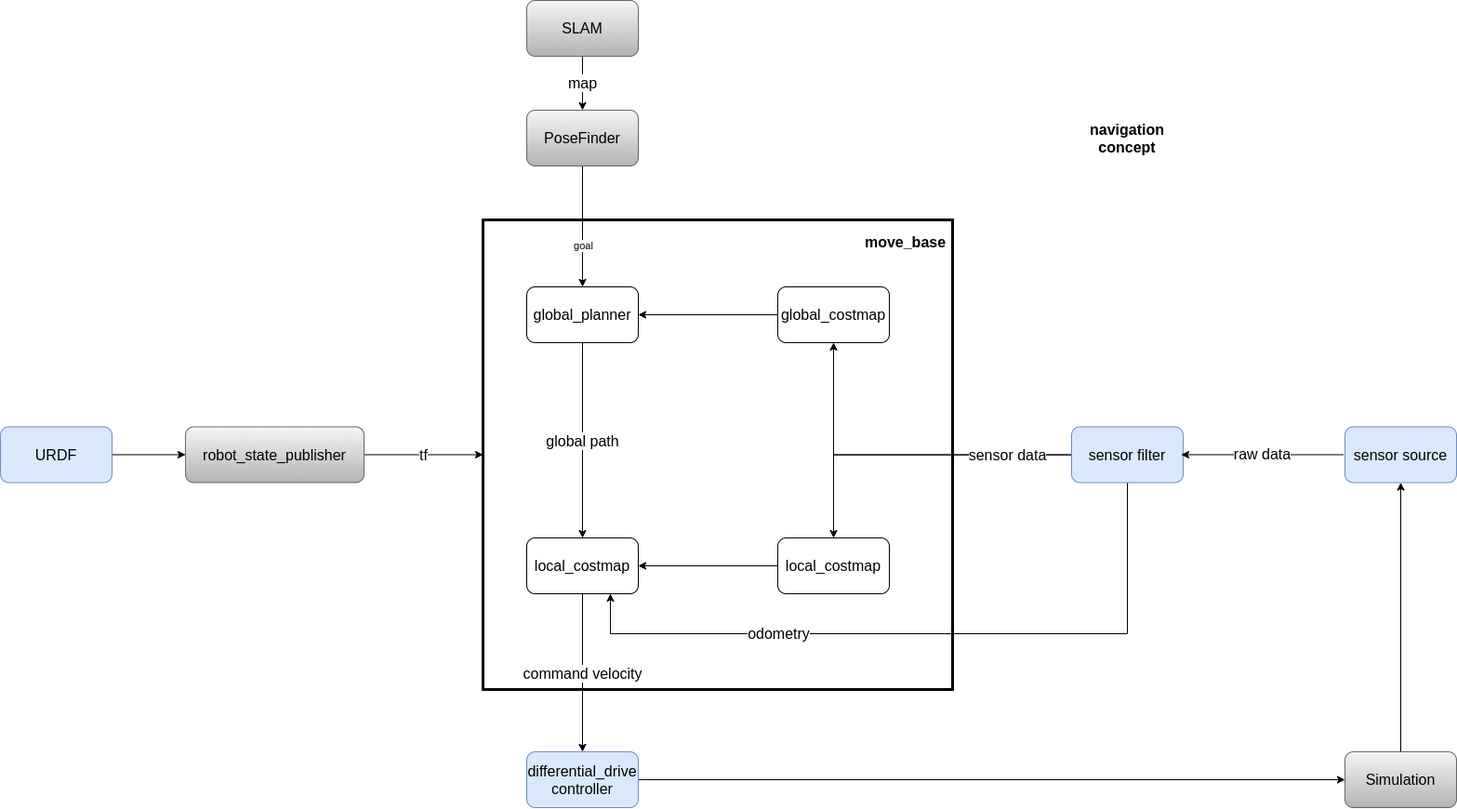
The draw.io diagram Documentation/bachelor thesis tristan/Pictures/Updated navigation concept.png in Tristan9497/RoutePlanning, before a commit. Source tidied: cells renumbered, new cells last; positions are measured from the earlier drawing's top-left corner, leaving out a move shared by most shapes.
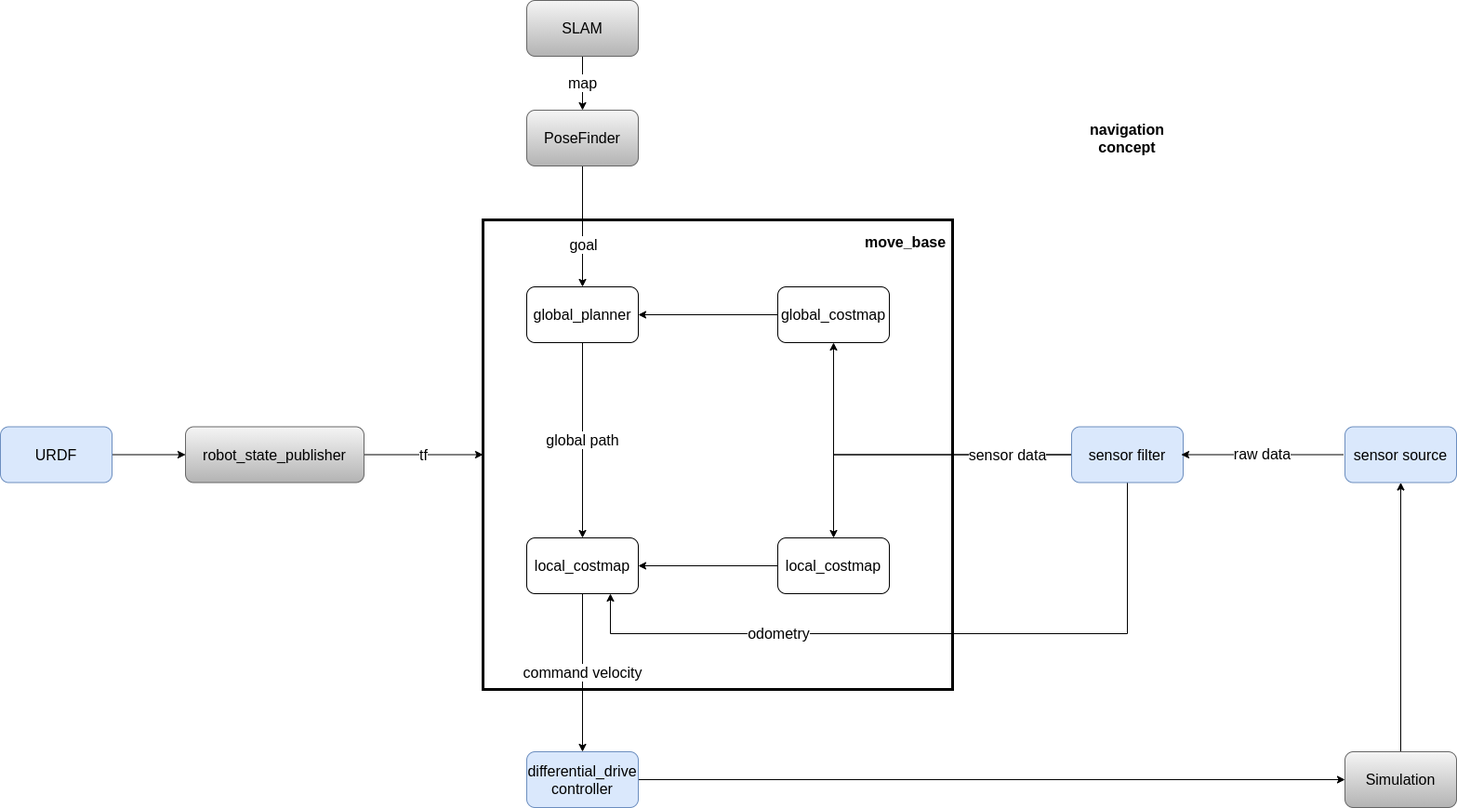
The same file after the commit.

The edit, as a diff of the source:
```diff
@@ -58,7 +58,7 @@
     <mxCell id="16" style="edgeStyle=orthogonalEdgeStyle;rounded=0;jettySize=auto;html=1;fontSize=16;" parent="1" edge="1" source="18" target="4">
       <mxGeometry relative="1" as="geometry" />
     </mxCell>
-    <mxCell id="17" value="goal" style="edgeLabel;html=1;align=center;verticalAlign=middle;" parent="16" vertex="1">
+    <mxCell id="17" value="goal" style="edgeLabel;html=1;align=center;verticalAlign=middle;fontSize=16;" parent="16" vertex="1">
       <mxGeometry x="0.33" y="2" relative="1" as="geometry">
         <mxPoint x="-2" y="-2.1" as="offset" />
       </mxGeometry>
```
